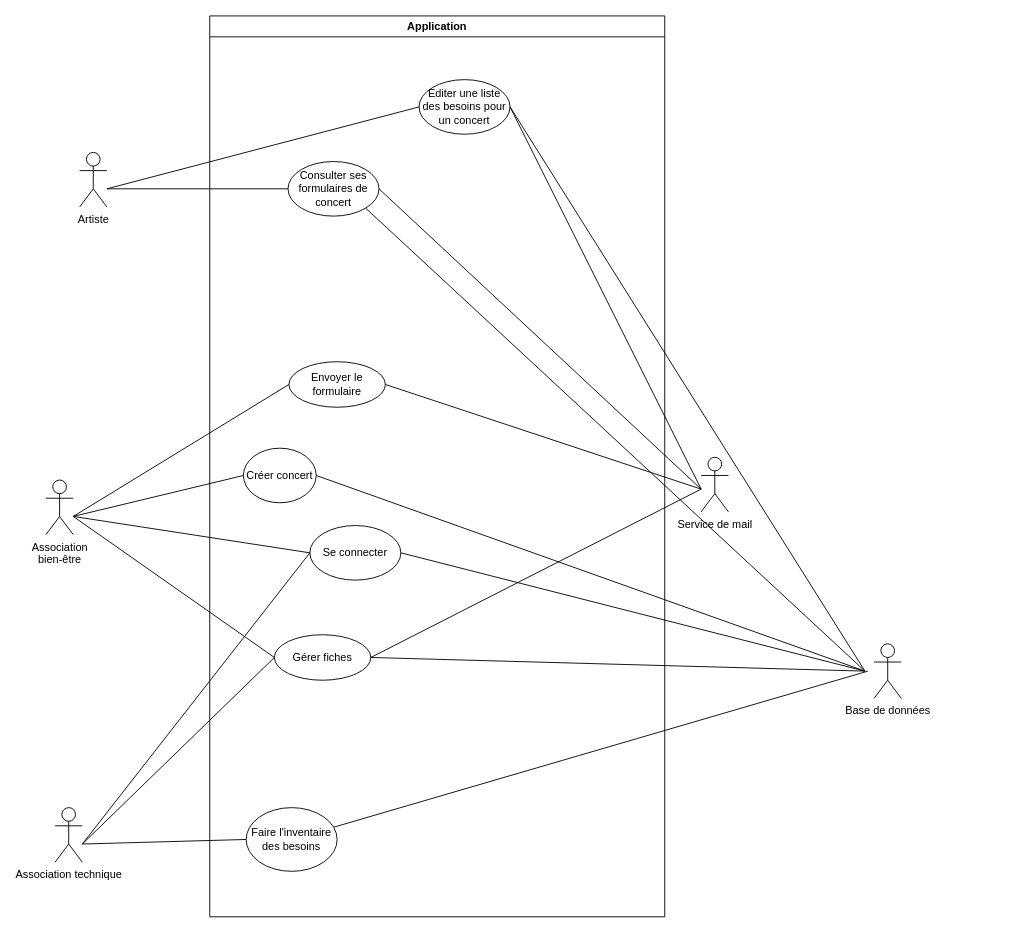
LeniChabilan/SAE-CONCERT keeps this draw.io diagram as page "CU_Simplifier" (2 of 2) of diagramme_cas_utilisation/Diagramme CU.drawio. Above is the earlier version. Source tidied: cells renumbered, new cells numbered last; positions are measured from the earlier drawing's top-left corner, leaving out a move shared by most shapes. Both pictures are drawn from the tidied source at 91%, with x=0, y=0 at pixel (46, 15).
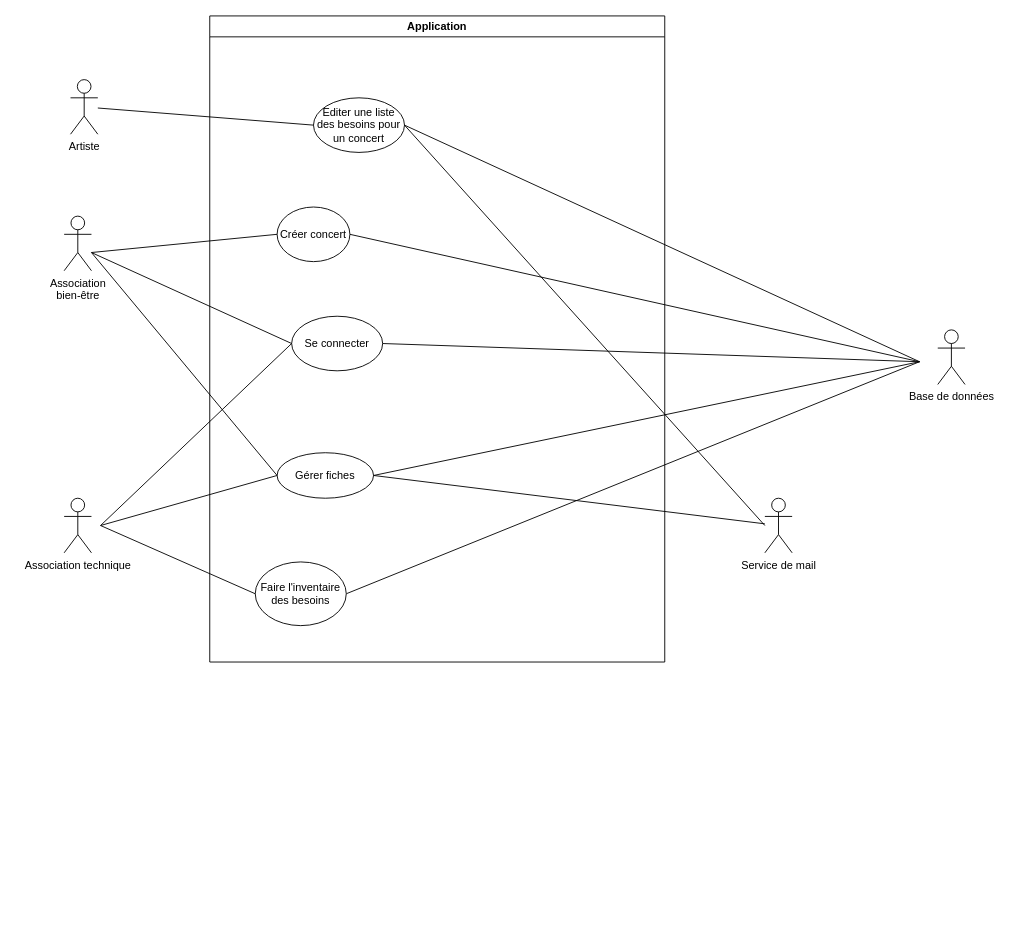
After the change.

What changed in the source:
```diff
@@
     <mxCell id="2" value="Application" style="swimlane;whiteSpace=wrap;html=1;" parent="1" vertex="1">
-      <mxGeometry x="180" width="500" height="990" as="geometry" />
+      <mxGeometry x="180" width="500" height="710" as="geometry" />
     </mxCell>
     <mxCell id="3" value="Créer concert" style="ellipse;whiteSpace=wrap;html=1;" parent="2" vertex="1">
-      <mxGeometry x="37" y="475" width="80" height="60" as="geometry" />
+      <mxGeometry x="74" y="210" width="80" height="60" as="geometry" />
     </mxCell>
-    <mxCell id="4" style="rounded=0;jettySize=auto;html=1;endArrow=none;endFill=0;" parent="2" edge="1" source="5">
+    <mxCell id="4" style="rounded=0;jettySize=auto;html=1;endArrow=none;endFill=0;exitX=1;exitY=0.5;exitDx=0;exitDy=0;" parent="2" edge="1" source="5">
       <mxGeometry relative="1" as="geometry">
-        <mxPoint x="723.3" y="720" as="targetPoint" />
+        <mxPoint x="780" y="380" as="targetPoint" />
       </mxGeometry>
     </mxCell>
     <mxCell id="5" value="Faire l'inventaire des besoins" style="ellipse;whiteSpace=wrap;html=1;" parent="2" vertex="1">
-      <mxGeometry x="40" y="870" width="100" height="70" as="geometry" />
+      <mxGeometry x="50" y="600" width="100" height="70" as="geometry" />
     </mxCell>
     <mxCell id="6" value="Se connecter" style="ellipse;whiteSpace=wrap;html=1;" parent="2" vertex="1">
-      <mxGeometry x="110" y="560" width="100" height="60" as="geometry" />
+      <mxGeometry x="90" y="330" width="100" height="60" as="geometry" />
     </mxCell>
     <mxCell id="7" value="Editer une liste des besoins pour un concert" style="ellipse;whiteSpace=wrap;html=1;" parent="2" vertex="1">
-      <mxGeometry x="230" y="70" width="100" height="60" as="geometry" />
+      <mxGeometry x="114" y="90" width="100" height="60" as="geometry" />
     </mxCell>
-    <mxCell id="8" value="Consulter ses formulaires de concert" style="ellipse;whiteSpace=wrap;html=1;" parent="2" vertex="1">
-      <mxGeometry x="86" y="160" width="100" height="60" as="geometry" />
-    </mxCell>
-    <mxCell id="9" value="Artiste" style="shape=umlActor;verticalLabelPosition=bottom;verticalAlign=top;html=1;outlineConnect=0;" parent="2" vertex="1">
-      <mxGeometry x="-143" y="150" width="30" height="60" as="geometry" />
-    </mxCell>
-    <mxCell id="10" style="endArrow=none;html=1;rounded=0;entryX=0;entryY=0.5;entryDx=0;entryDy=0;" parent="2" edge="1" target="7">
-      <mxGeometry relative="1" as="geometry">
-        <mxPoint x="-113" y="190" as="sourcePoint" />
-      </mxGeometry>
-    </mxCell>
-    <mxCell id="11" style="endArrow=none;html=1;rounded=0;entryX=0;entryY=0.5;entryDx=0;entryDy=0;" parent="2" edge="1" target="8">
-      <mxGeometry relative="1" as="geometry">
-        <mxPoint x="-113" y="190" as="sourcePoint" />
-      </mxGeometry>
-    </mxCell>
-    <mxCell id="12" value="Envoyer le formulaire" style="ellipse;whiteSpace=wrap;html=1;" parent="2" vertex="1">
-      <mxGeometry x="87" y="380" width="106" height="50" as="geometry" />
-    </mxCell>
     <mxCell id="13" value="Gérer fiches" style="ellipse;whiteSpace=wrap;html=1;" parent="2" vertex="1">
-      <mxGeometry x="71" y="680" width="106" height="50" as="geometry" />
+      <mxGeometry x="74" y="480" width="106" height="50" as="geometry" />
     </mxCell>
     <mxCell id="14" style="rounded=0;jettySize=auto;html=1;exitX=1;exitY=0.5;exitDx=0;exitDy=0;endArrow=none;endFill=0;" parent="2" edge="1" source="13">
       <mxGeometry relative="1" as="geometry">
-        <mxPoint x="720" y="720" as="targetPoint" />
+        <mxPoint x="780" y="380" as="targetPoint" />
       </mxGeometry>
     </mxCell>
-    <mxCell id="15" style="endArrow=none;html=1;rounded=0;entryX=1;entryY=1;entryDx=0;entryDy=0;" parent="2" edge="1" target="8">
-      <mxGeometry relative="1" as="geometry">
-        <mxPoint x="720" y="720" as="sourcePoint" />
-      </mxGeometry>
-    </mxCell>
     <mxCell id="16" style="endArrow=none;html=1;rounded=0;entryX=1;entryY=0.5;entryDx=0;entryDy=0;" parent="2" edge="1" target="7">
       <mxGeometry relative="1" as="geometry">
-        <mxPoint x="720" y="720" as="sourcePoint" />
+        <mxPoint x="780" y="380" as="sourcePoint" />
       </mxGeometry>
     </mxCell>
     <mxCell id="17" value="&lt;div&gt;Association&lt;/div&gt;bien-être" style="shape=umlActor;verticalLabelPosition=bottom;verticalAlign=top;html=1;" parent="1" vertex="1">
-      <mxGeometry y="510" width="30" height="60" as="geometry" />
+      <mxGeometry x="20" y="220" width="30" height="60" as="geometry" />
     </mxCell>
     <mxCell id="18" value="Association technique" style="shape=umlActor;verticalLabelPosition=bottom;verticalAlign=top;html=1;" parent="1" vertex="1">
-      <mxGeometry x="10" y="870" width="30" height="60" as="geometry" />
+      <mxGeometry x="20" y="530" width="30" height="60" as="geometry" />
     </mxCell>
     <mxCell id="19" value="Service de mail" style="shape=umlActor;verticalLabelPosition=bottom;verticalAlign=top;html=1;outlineConnect=0;" parent="1" vertex="1">
-      <mxGeometry x="720" y="485" width="30" height="60" as="geometry" />
+      <mxGeometry x="790" y="530" width="30" height="60" as="geometry" />
     </mxCell>
     <mxCell id="20" value="Base de données" style="shape=umlActor;verticalLabelPosition=bottom;verticalAlign=top;html=1;" parent="1" vertex="1">
-      <mxGeometry x="910" y="690" width="30" height="60" as="geometry" />
+      <mxGeometry x="980" y="345" width="30" height="60" as="geometry" />
     </mxCell>
     <mxCell id="21" style="endArrow=none;html=1;rounded=0;entryX=0;entryY=0.5;entryDx=0;entryDy=0;" parent="1" edge="1" target="3">
       <mxGeometry relative="1" as="geometry">
-        <mxPoint x="30" y="550" as="sourcePoint" />
+        <mxPoint x="50" y="260" as="sourcePoint" />
       </mxGeometry>
     </mxCell>
     <mxCell id="22" style="endArrow=none;html=1;rounded=0;entryX=0;entryY=0.5;entryDx=0;entryDy=0;" parent="1" edge="1" target="13">
       <mxGeometry relative="1" as="geometry">
-        <mxPoint x="30" y="550" as="sourcePoint" />
+        <mxPoint x="50" y="260" as="sourcePoint" />
       </mxGeometry>
     </mxCell>
     <mxCell id="23" style="endArrow=none;html=1;rounded=0;entryX=0;entryY=0.5;entryDx=0;entryDy=0;" parent="1" edge="1" target="6">
       <mxGeometry relative="1" as="geometry">
-        <mxPoint x="30" y="550" as="sourcePoint" />
+        <mxPoint x="50" y="260" as="sourcePoint" />
       </mxGeometry>
     </mxCell>
     <mxCell id="24" style="endArrow=none;html=1;rounded=0;entryX=0;entryY=0.5;entryDx=0;entryDy=0;" parent="1" edge="1" target="6">
       <mxGeometry relative="1" as="geometry">
-        <mxPoint x="40" y="910" as="sourcePoint" />
+        <mxPoint x="60" y="560" as="sourcePoint" />
       </mxGeometry>
     </mxCell>
     <mxCell id="25" style="endArrow=none;html=1;rounded=0;entryX=0;entryY=0.5;entryDx=0;entryDy=0;" parent="1" edge="1" target="5">
       <mxGeometry relative="1" as="geometry">
-        <mxPoint x="40" y="910" as="sourcePoint" />
+        <mxPoint x="60" y="560" as="sourcePoint" />
       </mxGeometry>
     </mxCell>
-    <mxCell id="26" style="endArrow=none;html=1;rounded=0;exitX=1;exitY=0.5;exitDx=0;exitDy=0;" parent="1" edge="1" source="13">
-      <mxGeometry relative="1" as="geometry">
-        <mxPoint x="720" y="520" as="targetPoint" />
-      </mxGeometry>
+    <mxCell id="26" style="endArrow=none;html=1;rounded=0;exitX=1;exitY=0.5;exitDx=0;exitDy=0;" parent="1" edge="1" source="13" target="19">
+      <mxGeometry relative="1" as="geometry" />
     </mxCell>
     <mxCell id="27" style="endArrow=none;html=1;rounded=0;exitX=1;exitY=0.5;exitDx=0;exitDy=0;" parent="1" edge="1" source="6">
       <mxGeometry relative="1" as="geometry">
-        <mxPoint x="900" y="720" as="targetPoint" />
+        <mxPoint x="960" y="380" as="targetPoint" />
       </mxGeometry>
     </mxCell>
     <mxCell id="28" style="endArrow=none;html=1;rounded=0;exitX=1;exitY=0.5;exitDx=0;exitDy=0;" parent="1" edge="1" source="3">
       <mxGeometry relative="1" as="geometry">
-        <mxPoint x="900" y="720" as="targetPoint" />
+        <mxPoint x="960" y="380" as="targetPoint" />
       </mxGeometry>
     </mxCell>
     <mxCell id="29" style="endArrow=none;html=1;rounded=0;entryX=1;entryY=0.5;entryDx=0;entryDy=0;" parent="1" edge="1" target="7">
       <mxGeometry relative="1" as="geometry">
-        <mxPoint x="720" y="520" as="sourcePoint" />
+        <mxPoint x="790" y="560" as="sourcePoint" />
       </mxGeometry>
     </mxCell>
-    <mxCell id="30" style="endArrow=none;html=1;rounded=0;entryX=1;entryY=0.5;entryDx=0;entryDy=0;" parent="1" edge="1" target="8">
-      <mxGeometry relative="1" as="geometry">
-        <mxPoint x="720" y="520" as="sourcePoint" />
-      </mxGeometry>
-    </mxCell>
-    <mxCell id="31" style="endArrow=none;html=1;rounded=0;exitX=0;exitY=0.5;exitDx=0;exitDy=0;" parent="1" edge="1" source="12">
-      <mxGeometry relative="1" as="geometry">
-        <mxPoint x="30" y="550" as="targetPoint" />
-      </mxGeometry>
-    </mxCell>
-    <mxCell id="32" style="endArrow=none;html=1;rounded=0;entryX=1;entryY=0.5;entryDx=0;entryDy=0;" parent="1" edge="1" target="12">
-      <mxGeometry relative="1" as="geometry">
-        <mxPoint x="720" y="520" as="sourcePoint" />
-      </mxGeometry>
-    </mxCell>
     <mxCell id="33" style="endArrow=none;html=1;rounded=0;entryX=0;entryY=0.5;entryDx=0;entryDy=0;" parent="1" edge="1" target="13">
       <mxGeometry relative="1" as="geometry">
-        <mxPoint x="40" y="910" as="sourcePoint" />
+        <mxPoint x="60" y="560" as="sourcePoint" />
       </mxGeometry>
     </mxCell>
+    <mxCell id="9" value="Artiste" style="shape=umlActor;verticalLabelPosition=bottom;verticalAlign=top;html=1;outlineConnect=0;" parent="1" vertex="1">
+      <mxGeometry x="27" y="70" width="30" height="60" as="geometry" />
+    </mxCell>
+    <mxCell id="10" style="endArrow=none;html=1;rounded=0;entryX=0;entryY=0.5;entryDx=0;entryDy=0;" parent="1" edge="1" source="9" target="7">
+      <mxGeometry relative="1" as="geometry" />
+    </mxCell>
```
